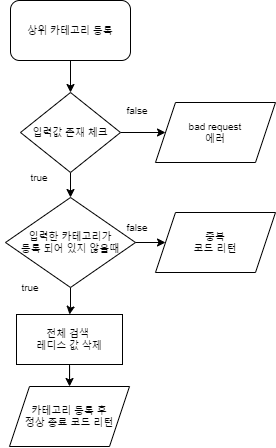
Moonbyeonggeun/categoryApi keeps this draw.io diagram as readmefiles/상위카테고리등록.png. Above is the earlier version. Source tidied: cells renumbered, new cells last; positions are measured from the earlier drawing's top-left corner, leaving out a move shared by most shapes. Its diagram source:
```xml
<mxGraphModel>
  <root>
    <mxCell id="0" />
    <mxCell id="1" parent="0" />
    <mxCell id="2" style="edgeStyle=orthogonalEdgeStyle;rounded=0;jettySize=auto;html=1;entryX=0.5;entryY=0;entryDx=0;entryDy=0;fontSize=10;" parent="1" edge="1" source="3" target="6">
      <mxGeometry relative="1" as="geometry" />
    </mxCell>
    <mxCell id="3" value="상위 카테고리 등록" style="rounded=1;whiteSpace=wrap;html=1;fontSize=10;" parent="1" vertex="1">
      <mxGeometry x="10" width="120" height="60" as="geometry" />
    </mxCell>
    <mxCell id="4" style="edgeStyle=orthogonalEdgeStyle;rounded=0;jettySize=auto;html=1;fontSize=10;" parent="1" edge="1" source="6" target="7">
      <mxGeometry relative="1" as="geometry" />
    </mxCell>
    <mxCell id="5" style="edgeStyle=orthogonalEdgeStyle;rounded=0;jettySize=auto;html=1;entryX=0.5;entryY=0;entryDx=0;entryDy=0;fontSize=10;" parent="1" edge="1" source="6" target="14">
      <mxGeometry relative="1" as="geometry" />
    </mxCell>
    <mxCell id="6" value="입력값 존재 체크" style="rhombus;whiteSpace=wrap;html=1;fontSize=10;" parent="1" vertex="1">
      <mxGeometry x="20" y="92" width="100" height="80" as="geometry" />
    </mxCell>
    <mxCell id="7" value="bad request&lt;br style=&quot;font-size: 10px;&quot;&gt;에러" style="shape=parallelogram;perimeter=parallelogramPerimeter;whiteSpace=wrap;html=1;fixedSize=1;fontSize=10;" parent="1" vertex="1">
      <mxGeometry x="155" y="102" width="120" height="60" as="geometry" />
    </mxCell>
    <mxCell id="8" value="false" style="text;html=1;strokeColor=none;fillColor=none;align=center;verticalAlign=middle;whiteSpace=wrap;rounded=0;fontSize=10;" parent="1" vertex="1">
      <mxGeometry x="107" y="95" width="60" height="30" as="geometry" />
    </mxCell>
    <mxCell id="9" style="edgeStyle=orthogonalEdgeStyle;rounded=0;jettySize=auto;html=1;exitX=1;exitY=0.5;exitDx=0;exitDy=0;fontSize=10;" parent="1" edge="1" source="14" target="10">
      <mxGeometry relative="1" as="geometry" />
    </mxCell>
    <mxCell id="10" value="중복&lt;br&gt;코드 리턴" style="shape=parallelogram;perimeter=parallelogramPerimeter;whiteSpace=wrap;html=1;fixedSize=1;fontSize=10;" parent="1" vertex="1">
      <mxGeometry x="155" y="212" width="120" height="60" as="geometry" />
    </mxCell>
    <mxCell id="11" value="false" style="text;html=1;strokeColor=none;fillColor=none;align=center;verticalAlign=middle;whiteSpace=wrap;rounded=0;fontSize=10;" parent="1" vertex="1">
      <mxGeometry x="107" y="212" width="60" height="30" as="geometry" />
    </mxCell>
    <mxCell id="12" value="카테고리 등록 후&lt;br style=&quot;font-size: 10px;&quot;&gt;정상 종료 코드 리턴" style="shape=parallelogram;perimeter=parallelogramPerimeter;whiteSpace=wrap;html=1;fixedSize=1;fontSize=10;" parent="1" vertex="1">
      <mxGeometry x="9" y="386" width="120" height="60" as="geometry" />
    </mxCell>
    <mxCell id="13" style="edgeStyle=orthogonalEdgeStyle;rounded=0;jettySize=auto;html=1;fontSize=10;" parent="1" edge="1" source="14" target="18">
      <mxGeometry relative="1" as="geometry" />
    </mxCell>
    <mxCell id="14" value="&lt;font style=&quot;font-size: 10px;&quot;&gt;입력한 카테고리가&lt;br style=&quot;font-size: 10px;&quot;&gt;등록 되어 있지 않을때&lt;/font&gt;" style="rhombus;whiteSpace=wrap;html=1;fontSize=10;" parent="1" vertex="1">
      <mxGeometry x="5" y="197" width="130" height="90" as="geometry" />
    </mxCell>
    <mxCell id="15" value="true" style="text;html=1;strokeColor=none;fillColor=none;align=center;verticalAlign=middle;whiteSpace=wrap;rounded=0;fontSize=10;" parent="1" vertex="1">
      <mxGeometry x="9" y="162" width="60" height="30" as="geometry" />
    </mxCell>
    <mxCell id="16" value="true" style="text;html=1;strokeColor=none;fillColor=none;align=center;verticalAlign=middle;whiteSpace=wrap;rounded=0;fontSize=10;" parent="1" vertex="1">
      <mxGeometry y="272" width="60" height="30" as="geometry" />
    </mxCell>
    <mxCell id="17" style="edgeStyle=orthogonalEdgeStyle;rounded=0;jettySize=auto;html=1;fontSize=10;" parent="1" edge="1" source="18" target="12">
      <mxGeometry relative="1" as="geometry" />
    </mxCell>
    <mxCell id="18" value="전체 검색 &lt;br&gt;레디스 값 삭제" style="rounded=0;whiteSpace=wrap;html=1;fontSize=10;" parent="1" vertex="1">
      <mxGeometry x="16" y="314" width="106" height="50" as="geometry" />
    </mxCell>
  </root>
</mxGraphModel>
```
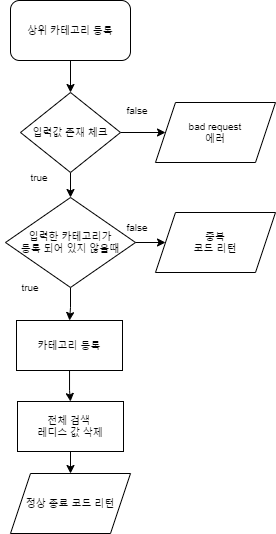
Later version of the same file.

The edit, as a diff of the source:
```diff
@@ -32,12 +32,12 @@
     <mxCell id="11" value="false" style="text;html=1;strokeColor=none;fillColor=none;align=center;verticalAlign=middle;whiteSpace=wrap;rounded=0;fontSize=10;" parent="1" vertex="1">
       <mxGeometry x="107" y="212" width="60" height="30" as="geometry" />
     </mxCell>
-    <mxCell id="12" value="카테고리 등록 후&lt;br style=&quot;font-size: 10px;&quot;&gt;정상 종료 코드 리턴" style="shape=parallelogram;perimeter=parallelogramPerimeter;whiteSpace=wrap;html=1;fixedSize=1;fontSize=10;" parent="1" vertex="1">
-      <mxGeometry x="9" y="386" width="120" height="60" as="geometry" />
+    <mxCell id="12" value="정상 종료 코드 리턴" style="shape=parallelogram;perimeter=parallelogramPerimeter;whiteSpace=wrap;html=1;fixedSize=1;fontSize=10;" parent="1" vertex="1">
+      <mxGeometry x="10" y="473" width="120" height="60" as="geometry" />
     </mxCell>
-    <mxCell id="13" style="edgeStyle=orthogonalEdgeStyle;rounded=0;jettySize=auto;html=1;fontSize=10;" parent="1" edge="1" source="14" target="18">
-      <mxGeometry relative="1" as="geometry" />
-    </mxCell>
+    <mxCell id="19" style="edgeStyle=orthogonalEdgeStyle;rounded=0;jettySize=auto;html=1;" parent="1" edge="1" source="14" target="21">
+      <mxGeometry relative="1" as="geometry" />
+    </mxCell>
     <mxCell id="14" value="&lt;font style=&quot;font-size: 10px;&quot;&gt;입력한 카테고리가&lt;br style=&quot;font-size: 10px;&quot;&gt;등록 되어 있지 않을때&lt;/font&gt;" style="rhombus;whiteSpace=wrap;html=1;fontSize=10;" parent="1" vertex="1">
       <mxGeometry x="5" y="197" width="130" height="90" as="geometry" />
     </mxCell>
@@ -51,7 +51,13 @@
       <mxGeometry relative="1" as="geometry" />
     </mxCell>
     <mxCell id="18" value="전체 검색 &lt;br&gt;레디스 값 삭제" style="rounded=0;whiteSpace=wrap;html=1;fontSize=10;" parent="1" vertex="1">
-      <mxGeometry x="16" y="314" width="106" height="50" as="geometry" />
+      <mxGeometry x="17" y="401" width="106" height="50" as="geometry" />
     </mxCell>
+    <mxCell id="20" style="edgeStyle=orthogonalEdgeStyle;rounded=0;jettySize=auto;html=1;" parent="1" edge="1" source="21" target="18">
+      <mxGeometry relative="1" as="geometry" />
+    </mxCell>
+    <mxCell id="21" value="카테고리 등록" style="rounded=0;whiteSpace=wrap;html=1;fontSize=10;" parent="1" vertex="1">
+      <mxGeometry x="16" y="320" width="106" height="50" as="geometry" />
+    </mxCell>
   </root>
 </mxGraphModel>
```
